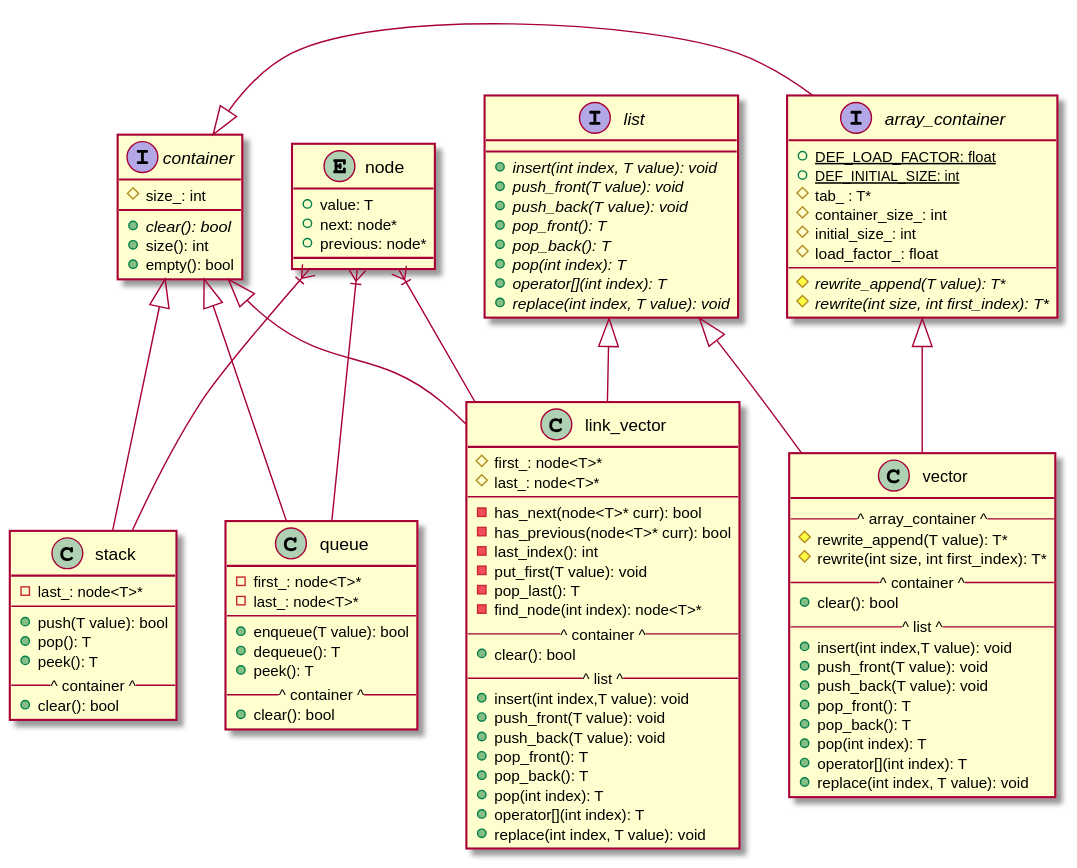
This is data_structures.svg from lpawlak1/data_structures, a PlantUML export, as it was before one commit.
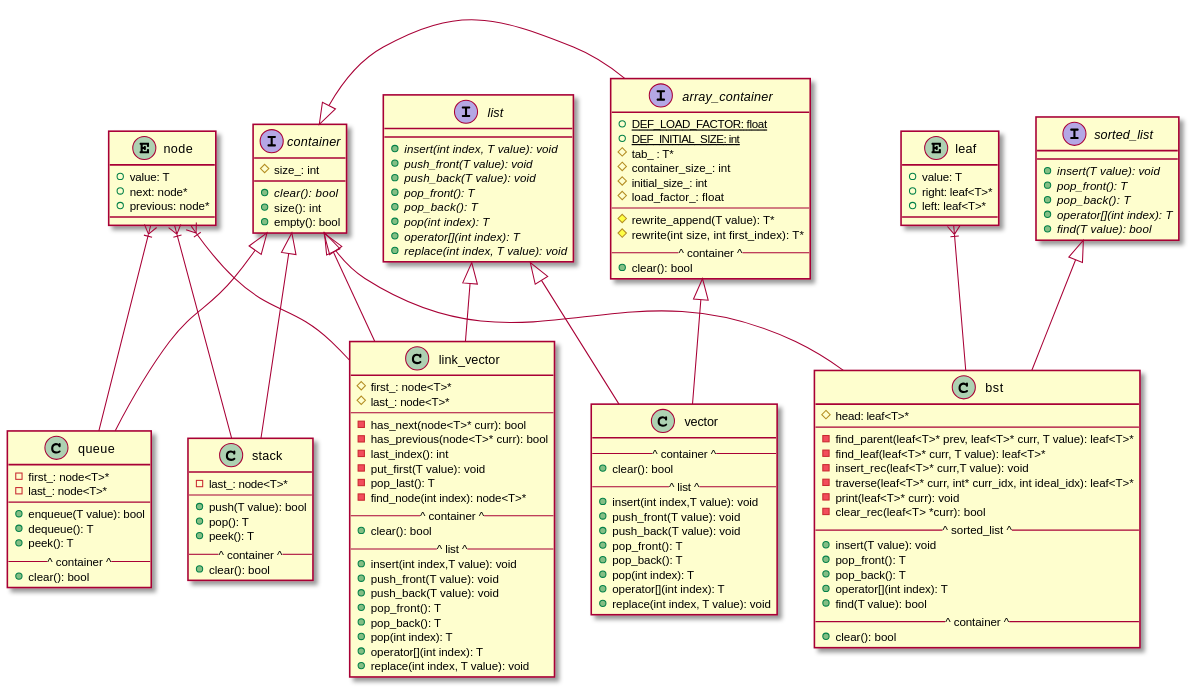
After the commit.

Commit message:
changes in uml scheme

The edit, as a diff of the source:
```diff
@@ -31,8 +31,10 @@
 #initial_size_: int
 #load_factor_: float
 --
-#{abstract}rewrite_append(T value): T*
-#{abstract}rewrite(int size, int first_index): T*
+#rewrite_append(T value): T*
+#rewrite(int size, int first_index): T*
+--^ container ^--
++clear(): bool
 }
 
 class stack{
@@ -80,9 +82,6 @@
 }
 
 class vector{
---^ array_container ^--
-#rewrite_append(T value): T*
-#rewrite(int size, int first_index): T*
 --^ container ^--
 +clear(): bool
 --^ list ^--
@@ -95,6 +94,36 @@
 +operator[](int index): T
 +replace(int index, T value): void
 }
+class bst{
+#head: leaf<T>*
+--
+-find_parent(leaf<T>* prev, leaf<T>* curr, T value): leaf<T>*
+-find_leaf(leaf<T>* curr, T value): leaf<T>*
+-insert_rec(leaf<T>* curr,T value): void
+-traverse(leaf<T>* curr, int* curr_idx, int ideal_idx): leaf<T>*
+-print(leaf<T>* curr): void
+-clear_rec(leaf<T> *curr): bool
+--^ sorted_list ^--
++insert(T value): void
++pop_front(): T
++pop_back(): T
++operator[](int index): T
++find(T value): bool
+--^ container ^--
++clear(): bool
+}
+entity leaf{
++value: T
++right: leaf<T>*
++left: leaf<T>*
+}
+interface sorted_list{
++{abstract}insert(T value): void
++{abstract}pop_front(): T
++{abstract}pop_back(): T
++{abstract}operator[](int index): T
++{abstract}find(T value): bool
+}
 
 list <|-- link_vector
 container <|- array_container
@@ -106,4 +135,7 @@
 node }|-- link_vector
 node }|-- queue
 node }|-- stack
+leaf }|-- bst
+sorted_list <|-- bst
+container <|-- bst
 @enduml
```
